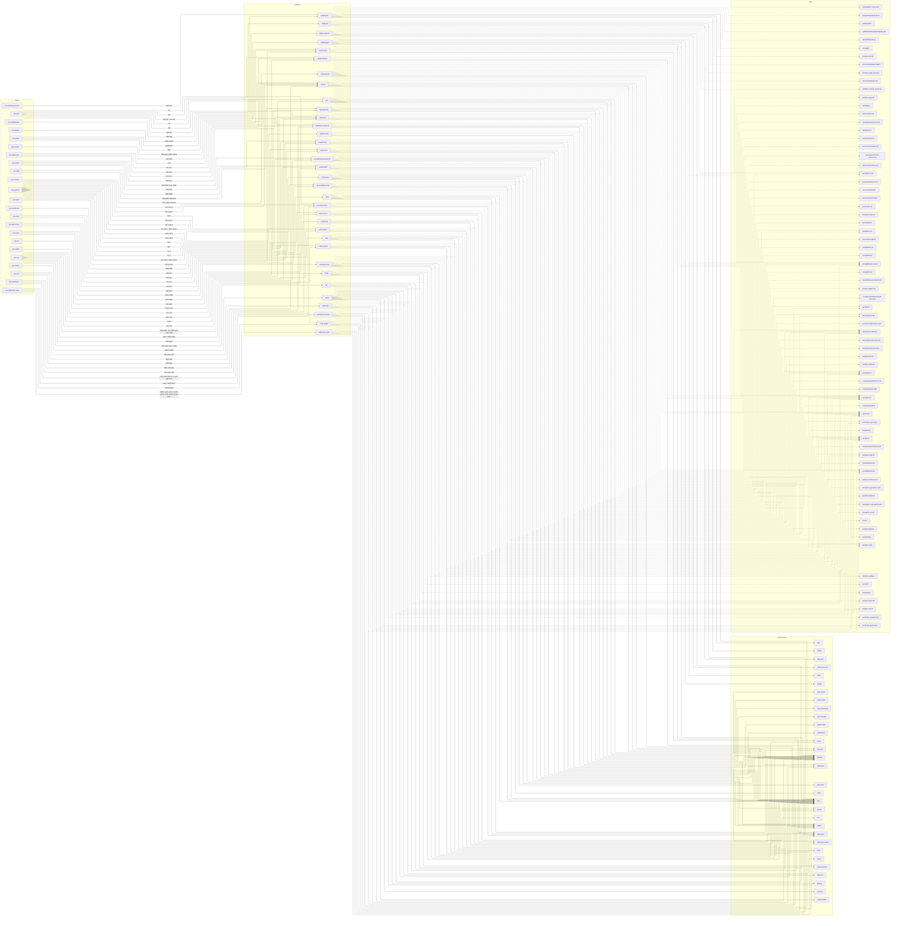
The Mermaid diagram docs/diagrams/features.png in villadalmine/k8s-lan-party, before a commit. Its source is kept beside it as docs/diagrams/features.mmd.
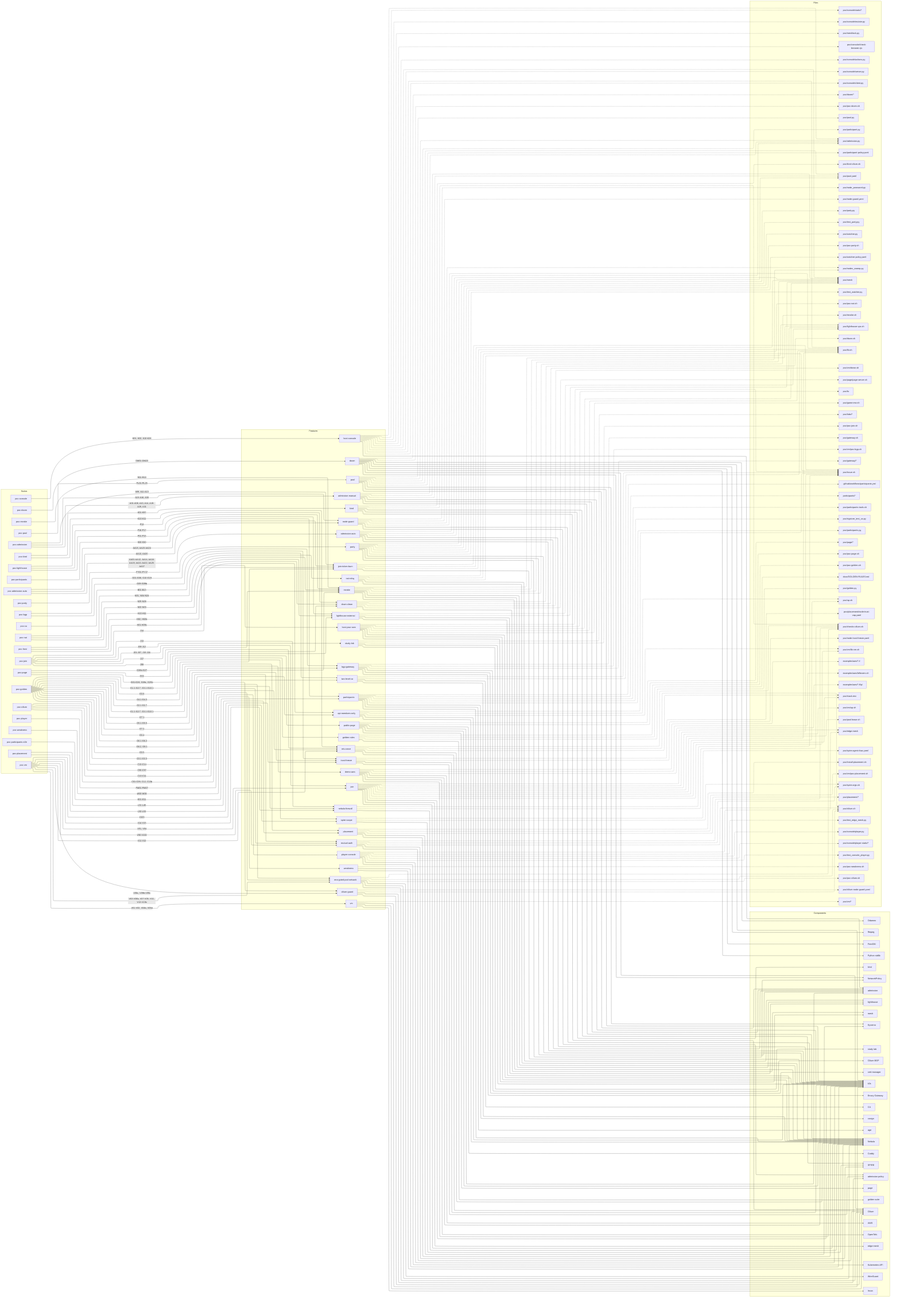
The same diagram one commit later.

Diff of the diagram source:
```diff
@@ -131,6 +131,9 @@
     p_poc_party_py["poc/party.py"]
     p_poc_test_party_py["poc/test_party.py"]
     p_poc_poc_party_sh["poc/poc-party.sh"]
+    p_poc_watcher_py["poc/watcher.py"]
+    p_poc_watcher_policy_yaml["poc/watcher-policy.yaml"]
+    p_poc_test_watcher_py["poc/test_watcher.py"]
     p_poc_doom__["poc/doom/*"]
     p_poc_poc_doom_sh["poc/poc-doom.sh"]
     p_poc_page__["poc/page/*"]
@@ -283,6 +286,9 @@
   f_party -.-> p_poc_party_py
   f_party -.-> p_poc_test_party_py
   f_party -.-> p_poc_poc_party_sh
+  f_party -.-> p_poc_watcher_py
+  f_party -.-> p_poc_watcher_policy_yaml
+  f_party -.-> p_poc_test_watcher_py
   s_poc_doom -->|"DM01-DM23"| f_doom
   f_doom --> c_k3s
   f_doom --> c_Cilium
```
